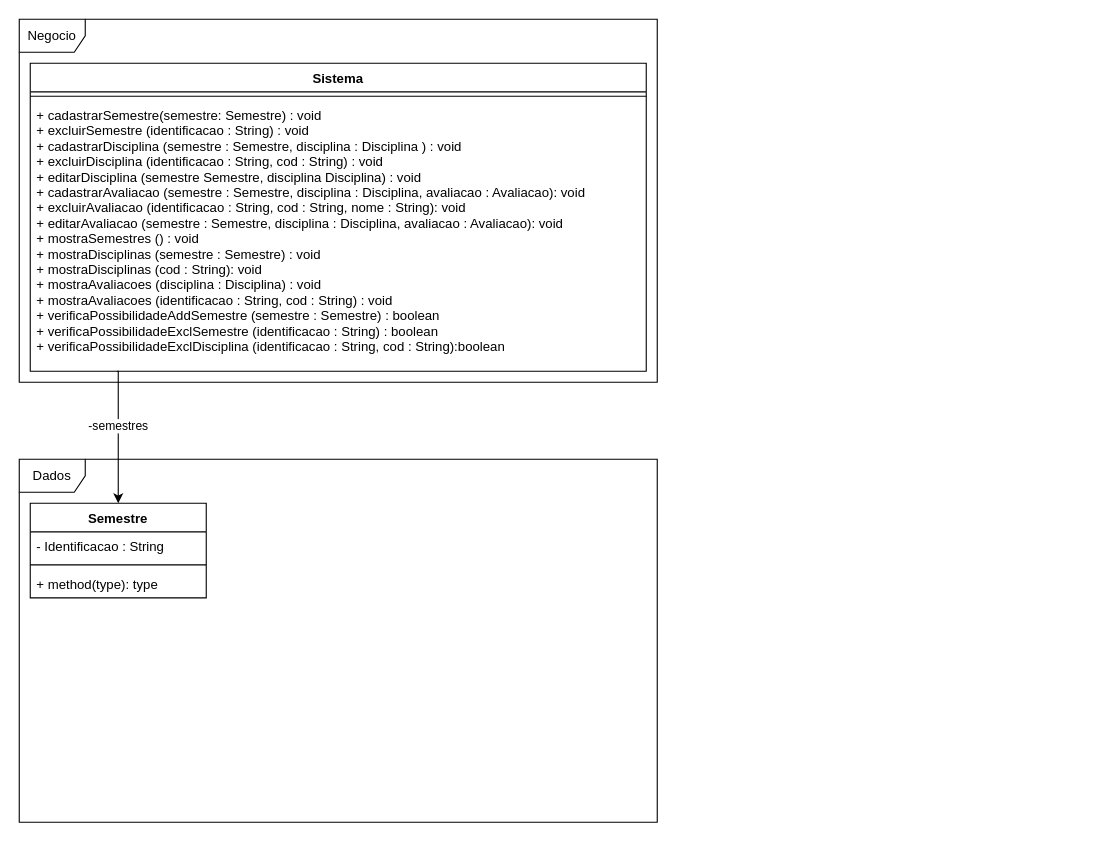
Above: App_Notas/Untitled Diagram.drawio in Brunokrk/POO_Java (draw.io), before the change. Source tidied: cells renumbered, new cells numbered last; positions are measured from the earlier drawing's top-left corner, leaving out a move shared by most shapes. Both pictures are drawn from the tidied source at 110%, with x=0, y=0 at pixel (19, 19).
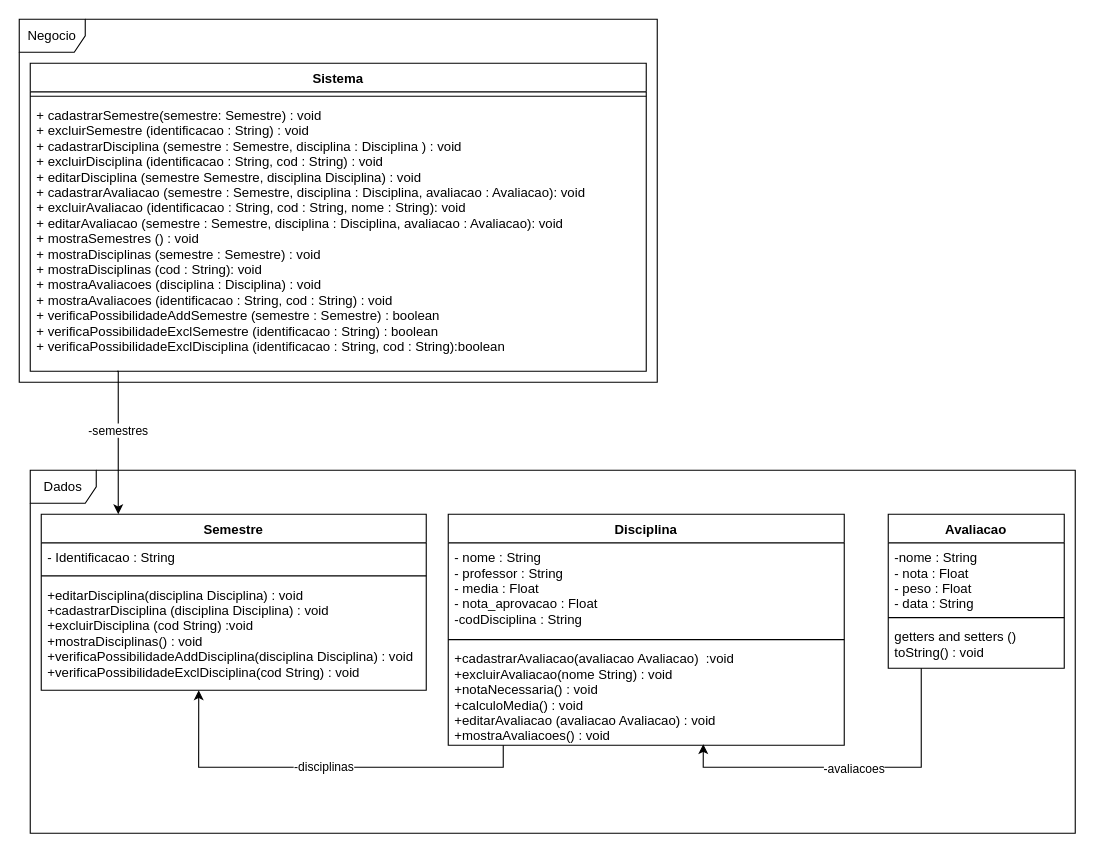
The same diagram, later.

The edit, as a diff of the source:
```diff
@@
     <mxCell id="7" value="Dados" style="shape=umlFrame;whiteSpace=wrap;html=1;" parent="1" vertex="1">
-      <mxGeometry y="400" width="580" height="330" as="geometry" />
+      <mxGeometry x="10" y="410" width="950" height="330" as="geometry" />
     </mxCell>
     <mxCell id="8" value="Semestre" style="swimlane;fontStyle=1;align=center;verticalAlign=top;horizontal=1;startSize=26;" parent="1" vertex="1">
-      <mxGeometry x="10" y="440" width="160" height="86" as="geometry" />
+      <mxGeometry x="20" y="450" width="350" height="160" as="geometry" />
     </mxCell>
     <mxCell id="9" value="- Identificacao : String" style="text;strokeColor=none;fillColor=none;align=left;verticalAlign=top;spacingLeft=4;spacingRight=4;overflow=hidden;" parent="8" vertex="1">
-      <mxGeometry y="26" width="160" height="26" as="geometry" />
+      <mxGeometry y="26" width="350" height="26" as="geometry" />
     </mxCell>
     <mxCell id="10" style="line;strokeWidth=1;fillColor=none;align=left;verticalAlign=middle;spacingTop=-1;spacingLeft=3;spacingRight=3;labelPosition=right;" parent="8" vertex="1">
-      <mxGeometry y="52" width="160" height="8" as="geometry" />
+      <mxGeometry y="52" width="350" height="8" as="geometry" />
     </mxCell>
-    <mxCell id="11" value="+ method(type): type" style="text;strokeColor=none;fillColor=none;align=left;verticalAlign=top;spacingLeft=4;spacingRight=4;overflow=hidden;points=[[0,0.5],[1,0.5]];portConstraint=eastwest;" parent="8" vertex="1">
-      <mxGeometry y="60" width="160" height="26" as="geometry" />
+    <mxCell id="11" value="+editarDisciplina(disciplina Disciplina) : void&#10;+cadastrarDisciplina (disciplina Disciplina) : void&#10;+excluirDisciplina (cod String) :void&#10;+mostraDisciplinas() : void&#10;+verificaPossibilidadeAddDisciplina(disciplina Disciplina) : void&#10;+verificaPossibilidadeExclDisciplina(cod String) : void" style="text;strokeColor=none;fillColor=none;align=left;verticalAlign=top;spacingLeft=4;spacingRight=4;overflow=hidden;points=[[0,0.5],[1,0.5]];portConstraint=eastwest;" parent="8" vertex="1">
+      <mxGeometry y="60" width="350" height="100" as="geometry" />
     </mxCell>
+    <mxCell id="12" value="-disciplinas" style="edgeStyle=orthogonalEdgeStyle;rounded=0;jettySize=auto;html=1;entryX=0.409;entryY=1;entryDx=0;entryDy=0;entryPerimeter=0;" parent="1" edge="1" source="13" target="11">
+      <mxGeometry relative="1" as="geometry">
+        <Array as="points">
+          <mxPoint x="440" y="680" />
+          <mxPoint x="163" y="680" />
+        </Array>
+      </mxGeometry>
+    </mxCell>
+    <mxCell id="13" value="Disciplina" style="swimlane;fontStyle=1;align=center;verticalAlign=top;horizontal=1;startSize=26;" parent="1" vertex="1">
+      <mxGeometry x="390" y="450" width="360" height="210" as="geometry" />
+    </mxCell>
+    <mxCell id="14" value="- nome : String&#10;- professor : String&#10;- media : Float&#10;- nota_aprovacao : Float&#10;-codDisciplina : String" style="text;strokeColor=none;fillColor=none;align=left;verticalAlign=top;spacingLeft=4;spacingRight=4;overflow=hidden;" parent="13" vertex="1">
+      <mxGeometry y="26" width="360" height="84" as="geometry" />
+    </mxCell>
+    <mxCell id="15" style="line;strokeWidth=1;fillColor=none;align=left;verticalAlign=middle;spacingTop=-1;spacingLeft=3;spacingRight=3;labelPosition=right;" parent="13" vertex="1">
+      <mxGeometry y="110" width="360" height="8" as="geometry" />
+    </mxCell>
+    <mxCell id="16" value="+cadastrarAvaliacao(avaliacao Avaliacao)  :void&#10;+excluirAvaliacao(nome String) : void&#10;+notaNecessaria() : void&#10;+calculoMedia() : void&#10;+editarAvaliacao (avaliacao Avaliacao) : void&#10;+mostraAvaliacoes() : void" style="text;strokeColor=none;fillColor=none;align=left;verticalAlign=top;spacingLeft=4;spacingRight=4;overflow=hidden;points=[[0,0.5],[1,0.5]];portConstraint=eastwest;" parent="13" vertex="1">
+      <mxGeometry y="118" width="360" height="92" as="geometry" />
+    </mxCell>
+    <mxCell id="17" style="edgeStyle=orthogonalEdgeStyle;rounded=0;jettySize=auto;html=1;entryX=0.644;entryY=0.989;entryDx=0;entryDy=0;entryPerimeter=0;" parent="1" edge="1" source="19" target="16">
+      <mxGeometry relative="1" as="geometry">
+        <Array as="points">
+          <mxPoint x="820" y="680" />
+          <mxPoint x="622" y="680" />
+        </Array>
+      </mxGeometry>
+    </mxCell>
+    <mxCell id="18" value="-avaliacoes" style="edgeLabel;html=1;align=center;verticalAlign=middle;" parent="17" vertex="1">
+      <mxGeometry x="-0.02" y="1" relative="1" as="geometry" />
+    </mxCell>
+    <mxCell id="19" value="Avaliacao" style="swimlane;fontStyle=1;align=center;verticalAlign=top;horizontal=1;startSize=26;" parent="1" vertex="1">
+      <mxGeometry x="790" y="450" width="160" height="140" as="geometry" />
+    </mxCell>
+    <mxCell id="20" value="-nome : String&#10;- nota : Float&#10;- peso : Float&#10;- data : String" style="text;strokeColor=none;fillColor=none;align=left;verticalAlign=top;spacingLeft=4;spacingRight=4;overflow=hidden;" parent="19" vertex="1">
+      <mxGeometry y="26" width="160" height="64" as="geometry" />
+    </mxCell>
+    <mxCell id="21" style="line;strokeWidth=1;fillColor=none;align=left;verticalAlign=middle;spacingTop=-1;spacingLeft=3;spacingRight=3;labelPosition=right;" parent="19" vertex="1">
+      <mxGeometry y="90" width="160" height="8" as="geometry" />
+    </mxCell>
+    <mxCell id="22" value="getters and setters ()&#10;toString() : void" style="text;strokeColor=none;fillColor=none;align=left;verticalAlign=top;spacingLeft=4;spacingRight=4;overflow=hidden;" parent="19" vertex="1">
+      <mxGeometry y="98" width="160" height="42" as="geometry" />
+    </mxCell>
```
